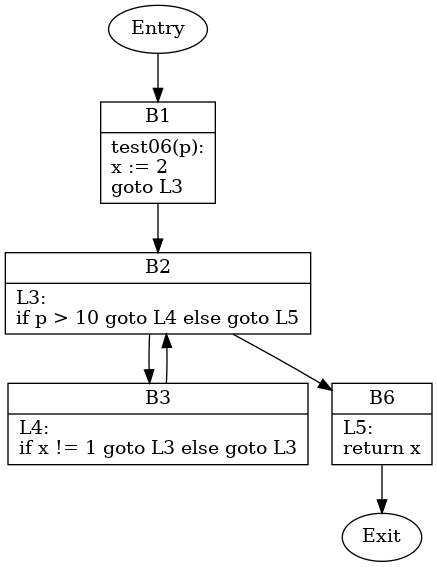
The Graphviz diagram control_flow/analysis/examples/test06_004_cfg.png in aprell/compiler-potpourri, before a commit. Its source is kept beside it as control_flow/analysis/examples/test06_004_cfg.dot.
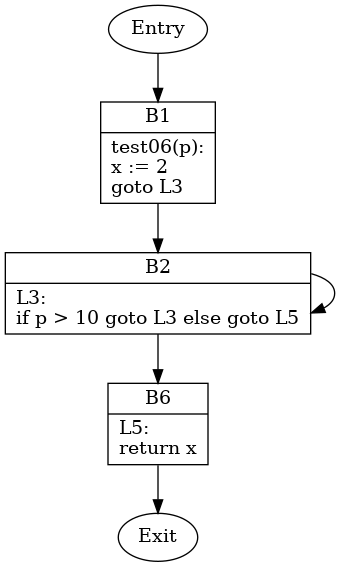
After the commit.

Diff of the diagram source:
```diff
@@ -1,12 +1,10 @@
 digraph CFG {
     B1 [shape=record label="{B1|test06(p):\lx := 2\lgoto L3\l}"];
-    B2 [shape=record label="{B2|L3:\lif p \> 10 goto L4 else goto L5\l}"];
-    B3 [shape=record label="{B3|L4:\lif x != 1 goto L3 else goto L3\l}"];
+    B2 [shape=record label="{B2|L3:\lif p \> 10 goto L3 else goto L5\l}"];
     B6 [shape=record label="{B6|L5:\lreturn x\l}"];
     Entry -> B1;
     B1 -> B2;
-    B2 -> B3;
+    B2 -> B2;
     B2 -> B6;
-    B3 -> B2;
     B6 -> Exit;
 }
```
